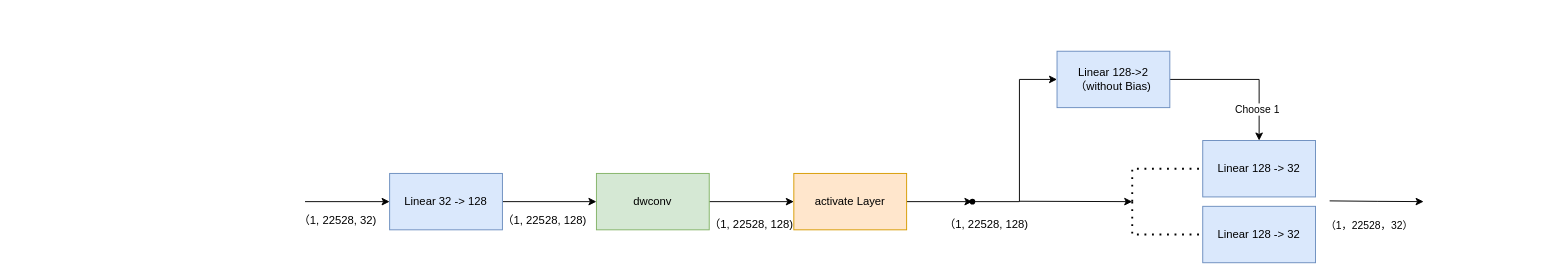
Before: Segformer.drawio in Devil-SX/draw-io, a draw.io diagram. Source tidied: cells renumbered, new cells numbered last; positions are measured from the earlier drawing's top-left corner, leaving out a move shared by most shapes. Both pictures are drawn from the tidied source at 94%, with x=0, y=0 at pixel (286, 51).
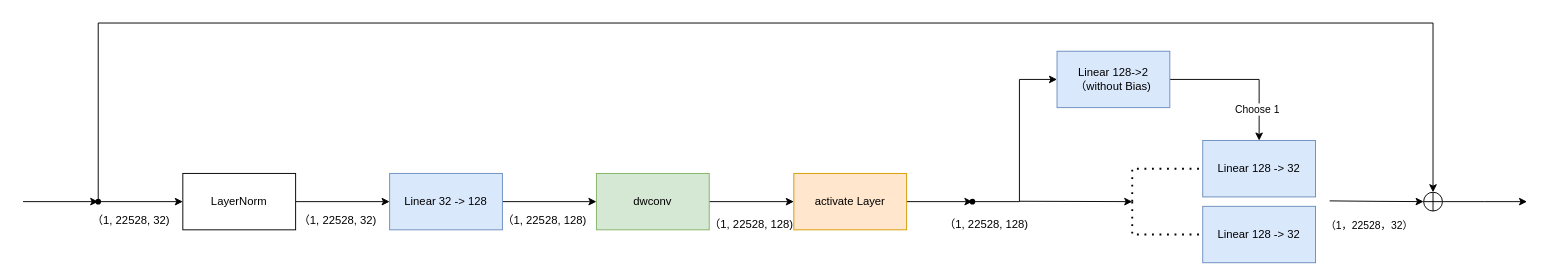
The same page after the edit.

Unchanged cells that the change refers to:
```xml
<mxCell id="12" value="Linear 32 -&amp;gt; 128" style="rounded=0;whiteSpace=wrap;html=1;fillColor=#dae8fc;strokeColor=#6c8ebf;" parent="1" vertex="1">
  <mxGeometry x="110" y="130" width="120" height="60" as="geometry" />
</mxCell>
```

The edit, as a diff of the source:
```diff
@@
-    <mxCell id="23" style="endArrow=classic;html=1;rounded=0;entryX=0;entryY=0.5;entryDx=0;entryDy=0;" parent="1" edge="1" target="12">
-      <mxGeometry relative="1" as="geometry">
-        <mxPoint x="20" y="160" as="sourcePoint" />
-      </mxGeometry>
+    <mxCell id="23" style="endArrow=classic;html=1;rounded=0;entryX=0;entryY=0.5;entryDx=0;entryDy=0;exitX=1;exitY=0.5;exitDx=0;exitDy=0;" parent="1" edge="1" source="25" target="12">
+      <mxGeometry relative="1" as="geometry" />
     </mxCell>
@@
+    <mxCell id="25" value="LayerNorm" style="rounded=0;whiteSpace=wrap;html=1;" parent="1" vertex="1">
+      <mxGeometry x="-110" y="130" width="120" height="60" as="geometry" />
+    </mxCell>
+    <mxCell id="26" style="endArrow=classic;html=1;rounded=0;entryX=0;entryY=0.5;entryDx=0;entryDy=0;" parent="1" edge="1" target="25">
+      <mxGeometry relative="1" as="geometry">
+        <mxPoint x="-200" y="160" as="sourcePoint" />
+      </mxGeometry>
+    </mxCell>
+    <mxCell id="27" value="（1, 22528, 32)" style="text;html=1;strokeColor=none;fillColor=none;align=center;verticalAlign=middle;whiteSpace=wrap;rounded=0;" parent="1" vertex="1">
+      <mxGeometry x="-220" y="165" width="110" height="30" as="geometry" />
+    </mxCell>
+    <mxCell id="28" style="edgeStyle=orthogonalEdgeStyle;rounded=0;jettySize=auto;html=1;" parent="1" edge="1" source="29">
+      <mxGeometry relative="1" as="geometry">
+        <mxPoint x="1320" y="160" as="targetPoint" />
+      </mxGeometry>
+    </mxCell>
+    <mxCell id="29" style="shape=orEllipse;perimeter=ellipsePerimeter;whiteSpace=wrap;html=1;backgroundOutline=1;" parent="1" vertex="1">
+      <mxGeometry x="1210" y="150" width="20" height="20" as="geometry" />
+    </mxCell>
+    <mxCell id="30" style="edgeStyle=orthogonalEdgeStyle;rounded=0;jettySize=auto;html=1;entryX=0.5;entryY=0;entryDx=0;entryDy=0;" parent="1" edge="1" source="31" target="29">
+      <mxGeometry relative="1" as="geometry">
+        <Array as="points">
+          <mxPoint x="-200" y="-30" />
+          <mxPoint x="1220" y="-30" />
+        </Array>
+      </mxGeometry>
+    </mxCell>
+    <mxCell id="31" style="shape=waypoint;sketch=0;fillStyle=solid;size=6;points=[];fillColor=none;perimeter=centerPerimeter;snapToPoint=1;" parent="1" vertex="1">
+      <mxGeometry x="-210" y="150" width="20" height="20" as="geometry" />
+    </mxCell>
+    <mxCell id="32" style="endArrow=classic;html=1;rounded=0;entryX=0.223;entryY=0.729;entryDx=0;entryDy=0;entryPerimeter=0;" parent="1" edge="1" target="31">
+      <mxGeometry relative="1" as="geometry">
+        <mxPoint x="-280" y="160" as="sourcePoint" />
+      </mxGeometry>
+    </mxCell>
```
